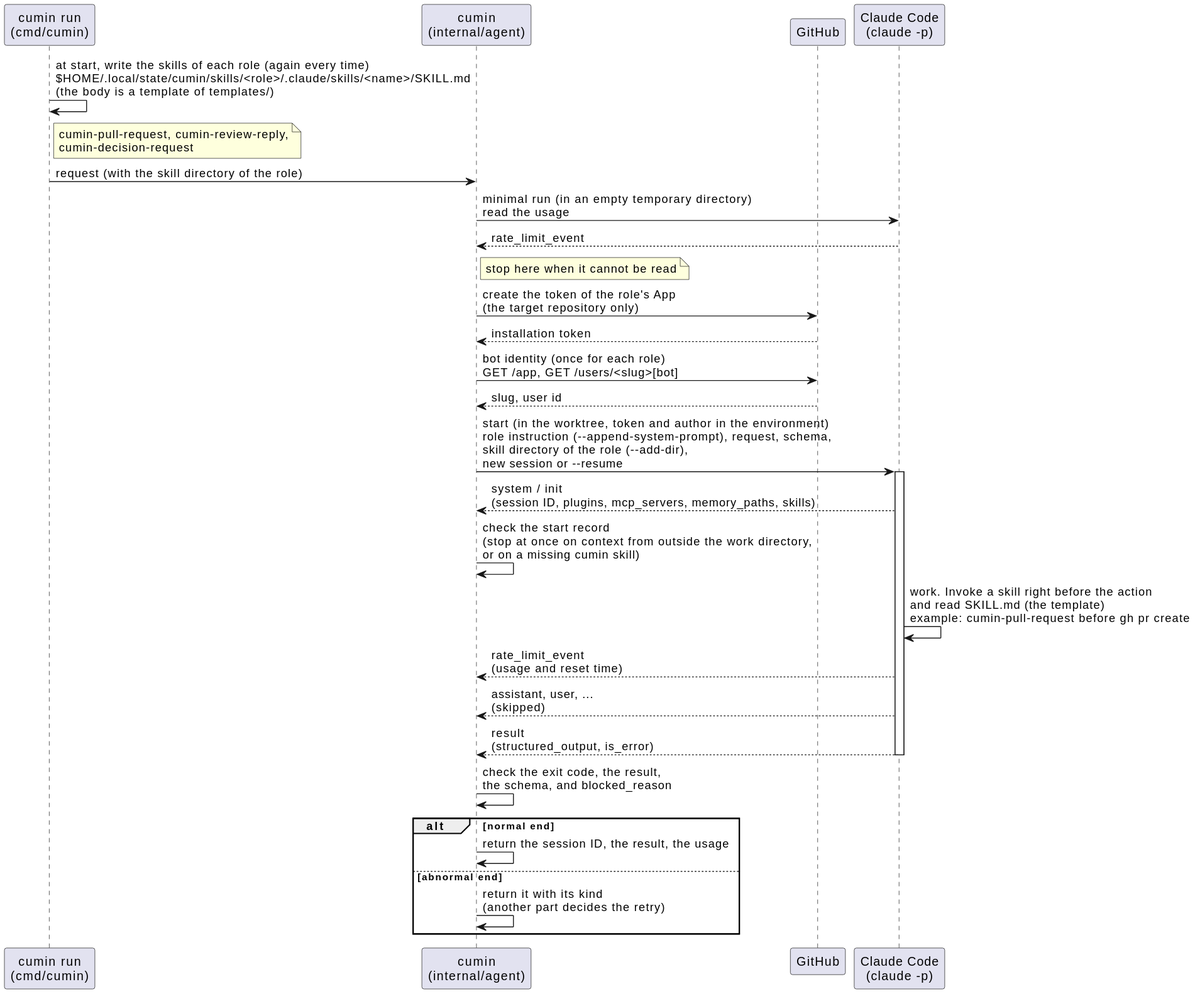
Earlier version of the PlantUML export docs/ja/designs/agent-run.svg (cloveclovedev/cumin-works). Its diagram source:
```plantuml
@startuml
skinparam shadowing false
skinparam defaultFontName sans-serif

participant "cumin run\n(cmd/cumin)" as run
participant "cumin\n(internal/agent)" as cumin
participant "GitHub" as github
participant "Claude Code\n(claude -p)" as claude

run -> run : at start, write the skills of each role (again every time)\n$HOME/.local/state/cumin/skills/<role>/.claude/skills/<name>/SKILL.md\n(the body is a template of templates/)
note right of run : cumin-pull-request, cumin-review-reply,\ncumin-decision-request
run -> cumin : request (with the skill directory of the role)

cumin -> claude : minimal run (in an empty temporary directory)\nread the usage
claude --> cumin : rate_limit_event
note right of cumin : stop here when it cannot be read

cumin -> github : create the token of the role's App\n(the target repository only)
github --> cumin : installation token
cumin -> github : bot identity (once for each role)\nGET /app, GET /users/<slug>[bot]
github --> cumin : slug, user id

cumin -> claude : start (in the worktree, token and author in the environment)\nrole instruction (--append-system-prompt), request, schema,\nskill directory of the role (--add-dir),\nnew session or --resume
activate claude
claude --> cumin : system / init\n(session ID, plugins, mcp_servers, memory_paths, skills)
cumin -> cumin : check the start record\n(stop at once on context from outside the work directory,\nor on a missing cumin skill)
claude -> claude : work. Invoke a skill right before the action\nand read SKILL.md (the template)\nexample: cumin-pull-request before gh pr create
claude --> cumin : rate_limit_event\n(usage and reset time)
claude --> cumin : assistant, user, ...\n(skipped)
claude --> cumin : result\n(structured_output, is_error)
deactivate claude
cumin -> cumin : check the exit code, the result,\nthe schema, and blocked_reason
alt normal end
  cumin -> cumin : return the session ID, the result, the usage
else abnormal end
  cumin -> cumin : return it with its kind\n(another part decides the retry)
end
@enduml
```
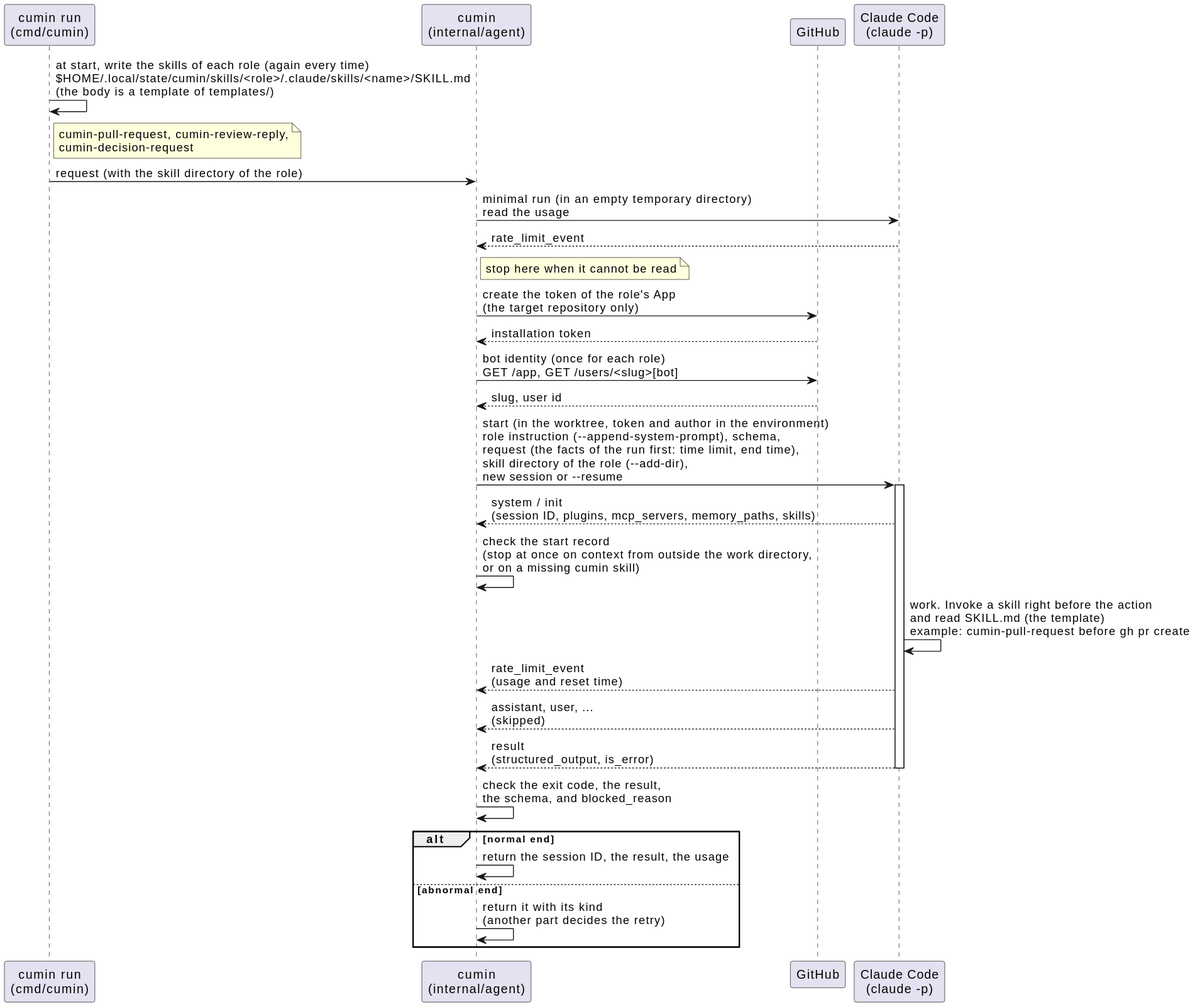
After the commit.

Commit message:
feat(agent): name the time limit and the end time of the run in the start request (#364)

Change to the diagram source:
```diff
@@ -20,7 +20,7 @@
 cumin -> github : bot identity (once for each role)\nGET /app, GET /users/<slug>[bot]
 github --> cumin : slug, user id
 
-cumin -> claude : start (in the worktree, token and author in the environment)\nrole instruction (--append-system-prompt), request, schema,\nskill directory of the role (--add-dir),\nnew session or --resume
+cumin -> claude : start (in the worktree, token and author in the environment)\nrole instruction (--append-system-prompt), schema,\nrequest (the facts of the run first: time limit, end time),\nskill directory of the role (--add-dir),\nnew session or --resume
 activate claude
 claude --> cumin : system / init\n(session ID, plugins, mcp_servers, memory_paths, skills)
 cumin -> cumin : check the start record\n(stop at once on context from outside the work directory,\nor on a missing cumin skill)
```
